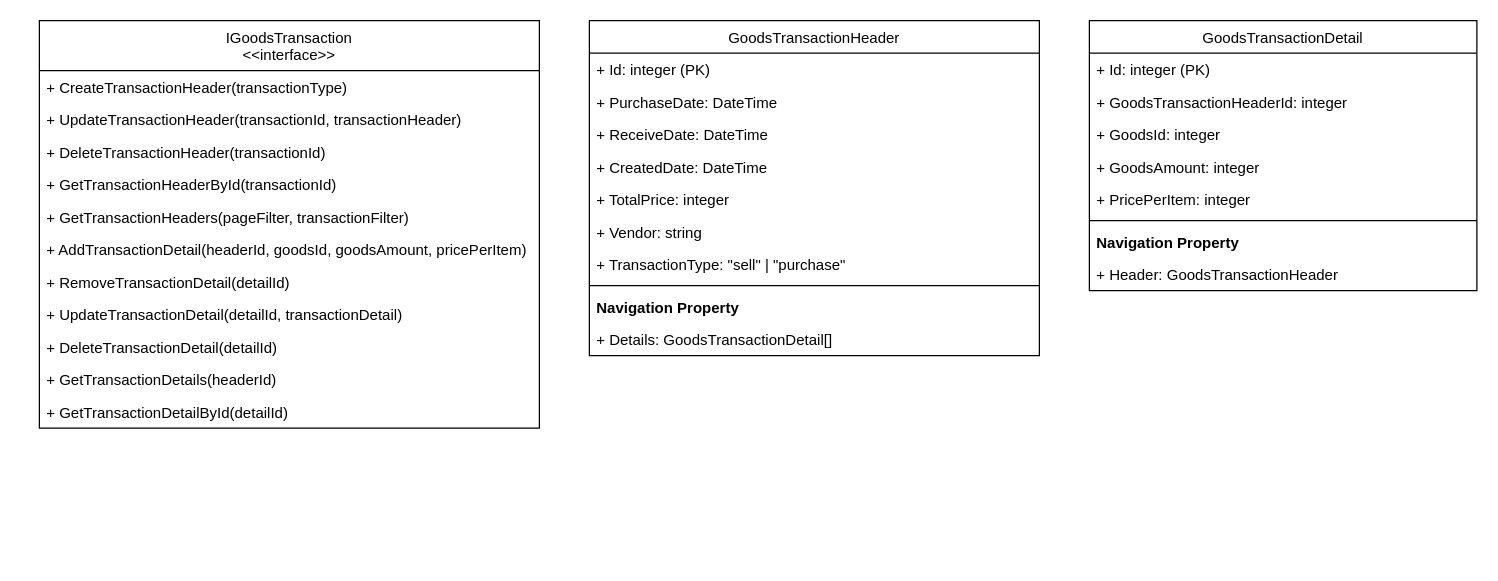
ryusu777/dodo-app keeps this draw.io diagram as page "Transaction(Analisis)" (2 of 2) of Diagram/Class Diagram.drawio. Above is the earlier version. Source tidied: cells renumbered, new cells numbered last; positions are measured from the earlier drawing's top-left corner, leaving out a move shared by most shapes. Both pictures are drawn from the tidied source at 125%, with x=0, y=0 at pixel (39, 20).
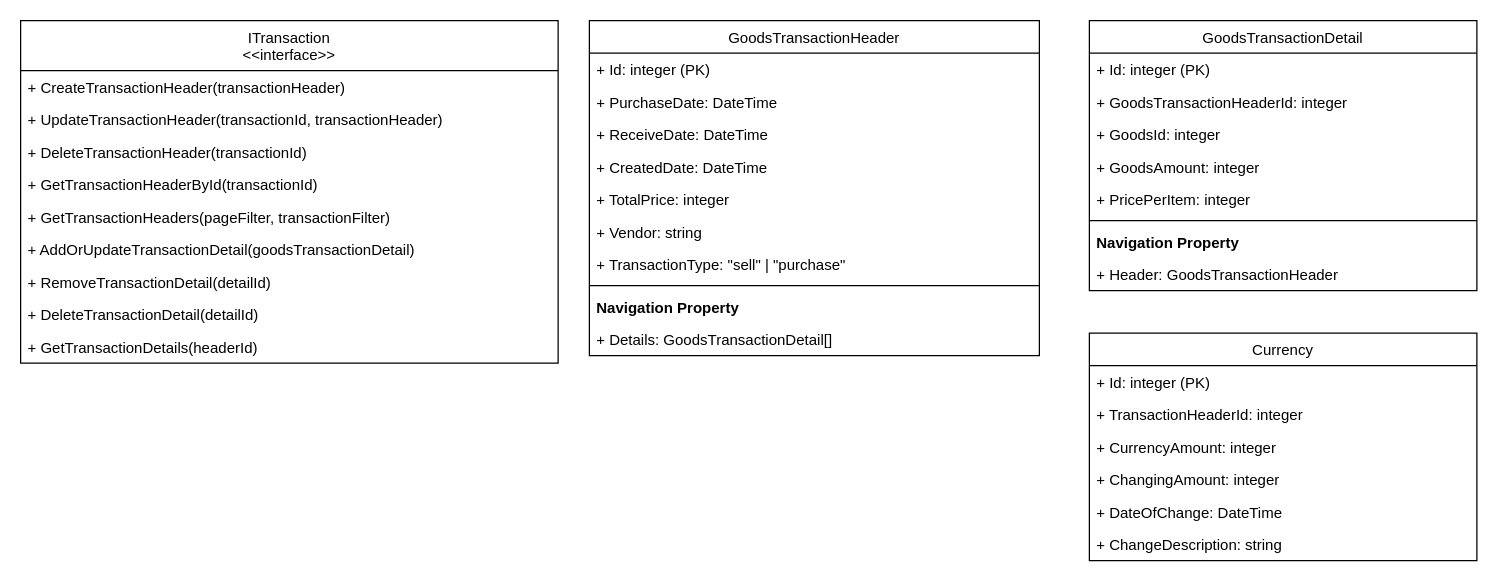
The same page after the edit.

Change to the diagram source:
```diff
@@
-    <mxCell id="2" value="IGoodsTransaction&#10;&lt;&lt;interface&gt;&gt;" style="swimlane;fontStyle=0;horizontal=1;startSize=40;fillColor=none;" parent="1" vertex="1">
-      <mxGeometry width="400" height="326" as="geometry" />
+    <mxCell id="2" value="ITransaction&#10;&lt;&lt;interface&gt;&gt;" style="swimlane;fontStyle=0;horizontal=1;startSize=40;fillColor=none;" parent="1" vertex="1">
+      <mxGeometry x="-15" width="430" height="274" as="geometry" />
     </mxCell>
-    <mxCell id="3" value="+ CreateTransactionHeader(transactionType)" style="text;strokeColor=none;fillColor=none;align=left;verticalAlign=top;spacingLeft=4;spacingRight=4;overflow=hidden;" parent="2" vertex="1">
-      <mxGeometry y="40" width="400" height="26" as="geometry" />
+    <mxCell id="3" value="+ CreateTransactionHeader(transactionHeader)" style="text;strokeColor=none;fillColor=none;align=left;verticalAlign=top;spacingLeft=4;spacingRight=4;overflow=hidden;" parent="2" vertex="1">
+      <mxGeometry y="40" width="430" height="26" as="geometry" />
     </mxCell>
     <mxCell id="4" value="+ UpdateTransactionHeader(transactionId, transactionHeader)" style="text;strokeColor=none;fillColor=none;align=left;verticalAlign=top;spacingLeft=4;spacingRight=4;overflow=hidden;" parent="2" vertex="1">
-      <mxGeometry y="66" width="400" height="26" as="geometry" />
+      <mxGeometry y="66" width="430" height="26" as="geometry" />
     </mxCell>
     <mxCell id="5" value="+ DeleteTransactionHeader(transactionId)" style="text;strokeColor=none;fillColor=none;align=left;verticalAlign=top;spacingLeft=4;spacingRight=4;overflow=hidden;" parent="2" vertex="1">
-      <mxGeometry y="92" width="400" height="26" as="geometry" />
+      <mxGeometry y="92" width="430" height="26" as="geometry" />
     </mxCell>
     <mxCell id="6" value="+ GetTransactionHeaderById(transactionId)" style="text;strokeColor=none;fillColor=none;align=left;verticalAlign=top;spacingLeft=4;spacingRight=4;overflow=hidden;" parent="2" vertex="1">
-      <mxGeometry y="118" width="400" height="26" as="geometry" />
+      <mxGeometry y="118" width="430" height="26" as="geometry" />
     </mxCell>
     <mxCell id="7" value="+ GetTransactionHeaders(pageFilter, transactionFilter)" style="text;strokeColor=none;fillColor=none;align=left;verticalAlign=top;spacingLeft=4;spacingRight=4;overflow=hidden;" parent="2" vertex="1">
-      <mxGeometry y="144" width="400" height="26" as="geometry" />
+      <mxGeometry y="144" width="430" height="26" as="geometry" />
     </mxCell>
-    <mxCell id="8" value="+ AddTransactionDetail(headerId, goodsId, goodsAmount, pricePerItem)" style="text;strokeColor=none;fillColor=none;align=left;verticalAlign=top;spacingLeft=4;spacingRight=4;overflow=hidden;" parent="2" vertex="1">
-      <mxGeometry y="170" width="400" height="26" as="geometry" />
+    <mxCell id="8" value="+ AddOrUpdateTransactionDetail(goodsTransactionDetail)" style="text;strokeColor=none;fillColor=none;align=left;verticalAlign=top;spacingLeft=4;spacingRight=4;overflow=hidden;" parent="2" vertex="1">
+      <mxGeometry y="170" width="430" height="26" as="geometry" />
     </mxCell>
     <mxCell id="9" value="+ RemoveTransactionDetail(detailId)" style="text;strokeColor=none;fillColor=none;align=left;verticalAlign=top;spacingLeft=4;spacingRight=4;overflow=hidden;" parent="2" vertex="1">
-      <mxGeometry y="196" width="400" height="26" as="geometry" />
+      <mxGeometry y="196" width="430" height="26" as="geometry" />
     </mxCell>
-    <mxCell id="10" value="+ UpdateTransactionDetail(detailId, transactionDetail)" style="text;strokeColor=none;fillColor=none;align=left;verticalAlign=top;spacingLeft=4;spacingRight=4;overflow=hidden;" parent="2" vertex="1">
-      <mxGeometry y="222" width="400" height="26" as="geometry" />
-    </mxCell>
     <mxCell id="11" value="+ DeleteTransactionDetail(detailId)" style="text;strokeColor=none;fillColor=none;align=left;verticalAlign=top;spacingLeft=4;spacingRight=4;overflow=hidden;" parent="2" vertex="1">
-      <mxGeometry y="248" width="400" height="26" as="geometry" />
+      <mxGeometry y="222" width="430" height="26" as="geometry" />
     </mxCell>
     <mxCell id="12" value="+ GetTransactionDetails(headerId)" style="text;strokeColor=none;fillColor=none;align=left;verticalAlign=top;spacingLeft=4;spacingRight=4;overflow=hidden;" parent="2" vertex="1">
-      <mxGeometry y="274" width="400" height="26" as="geometry" />
+      <mxGeometry y="248" width="430" height="26" as="geometry" />
     </mxCell>
-    <mxCell id="13" value="+ GetTransactionDetailById(detailId)" style="text;strokeColor=none;fillColor=none;align=left;verticalAlign=top;spacingLeft=4;spacingRight=4;overflow=hidden;" parent="2" vertex="1">
-      <mxGeometry y="300" width="400" height="26" as="geometry" />
-    </mxCell>
@@
+    <mxCell id="34" value="Currency" style="swimlane;fontStyle=0;horizontal=1;startSize=26;fillColor=none;" parent="1" vertex="1">
+      <mxGeometry x="840" y="250" width="310" height="182" as="geometry" />
+    </mxCell>
+    <mxCell id="35" value="+ Id: integer (PK)" style="text;strokeColor=none;fillColor=none;align=left;verticalAlign=top;spacingLeft=4;spacingRight=4;overflow=hidden;" parent="34" vertex="1">
+      <mxGeometry y="26" width="310" height="26" as="geometry" />
+    </mxCell>
+    <mxCell id="36" value="+ TransactionHeaderId: integer" style="text;strokeColor=none;fillColor=none;align=left;verticalAlign=top;spacingLeft=4;spacingRight=4;overflow=hidden;" parent="34" vertex="1">
+      <mxGeometry y="52" width="310" height="26" as="geometry" />
+    </mxCell>
+    <mxCell id="37" value="+ CurrencyAmount: integer" style="text;strokeColor=none;fillColor=none;align=left;verticalAlign=top;spacingLeft=4;spacingRight=4;overflow=hidden;" parent="34" vertex="1">
+      <mxGeometry y="78" width="310" height="26" as="geometry" />
+    </mxCell>
+    <mxCell id="38" value="+ ChangingAmount: integer" style="text;strokeColor=none;fillColor=none;align=left;verticalAlign=top;spacingLeft=4;spacingRight=4;overflow=hidden;" parent="34" vertex="1">
+      <mxGeometry y="104" width="310" height="26" as="geometry" />
+    </mxCell>
+    <mxCell id="39" value="+ DateOfChange: DateTime" style="text;strokeColor=none;fillColor=none;align=left;verticalAlign=top;spacingLeft=4;spacingRight=4;overflow=hidden;" parent="34" vertex="1">
+      <mxGeometry y="130" width="310" height="26" as="geometry" />
+    </mxCell>
+    <mxCell id="40" value="+ ChangeDescription: string" style="text;strokeColor=none;fillColor=none;align=left;verticalAlign=top;spacingLeft=4;spacingRight=4;overflow=hidden;" parent="34" vertex="1">
+      <mxGeometry y="156" width="310" height="26" as="geometry" />
+    </mxCell>
```
